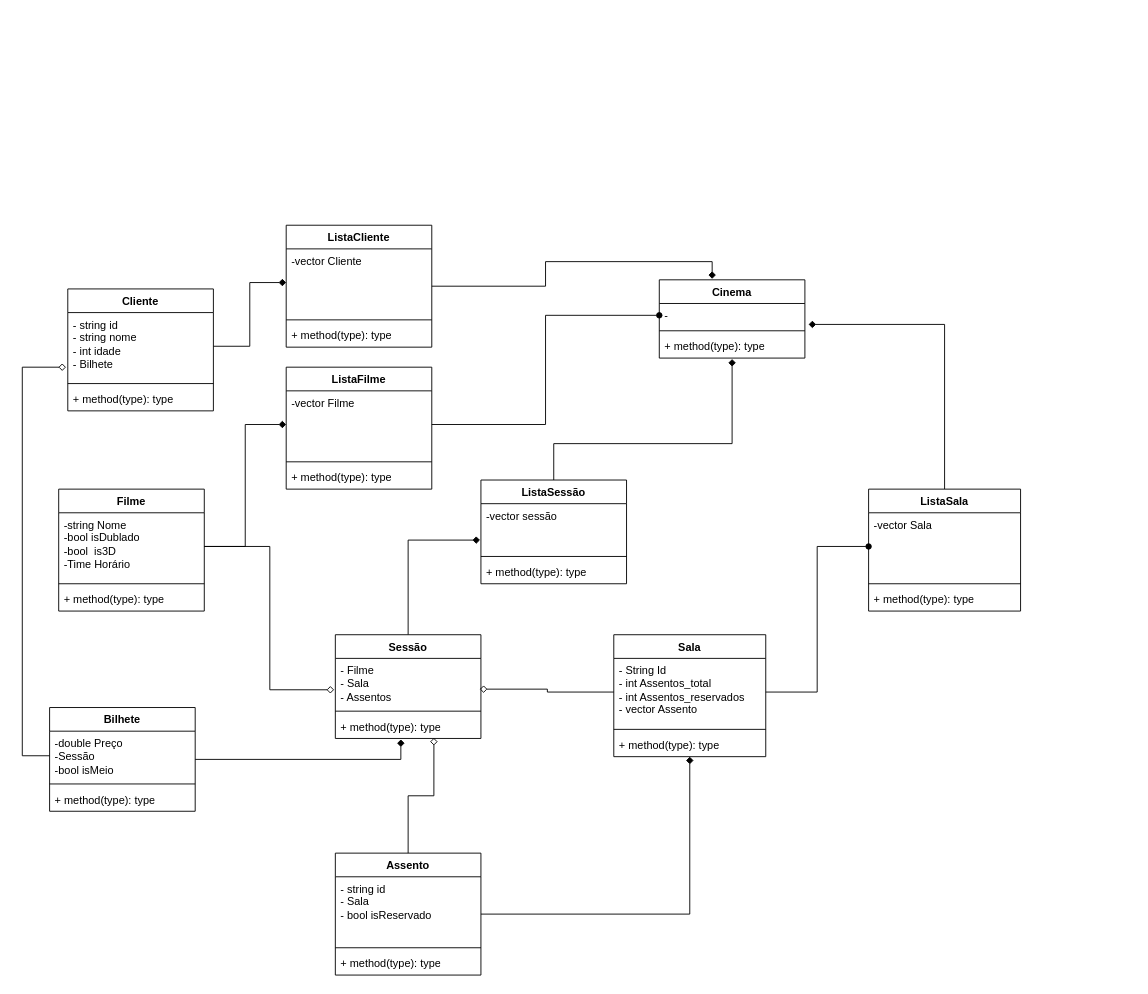
Before: Diagrama sem nome.drawio in eramoss/CineCon, a draw.io diagram. Source tidied: cells renumbered, new cells numbered last; positions are measured from the earlier drawing's top-left corner, leaving out a move shared by most shapes. Both pictures are drawn from the tidied source at 91%, with x=0, y=0 at pixel (22, 225).
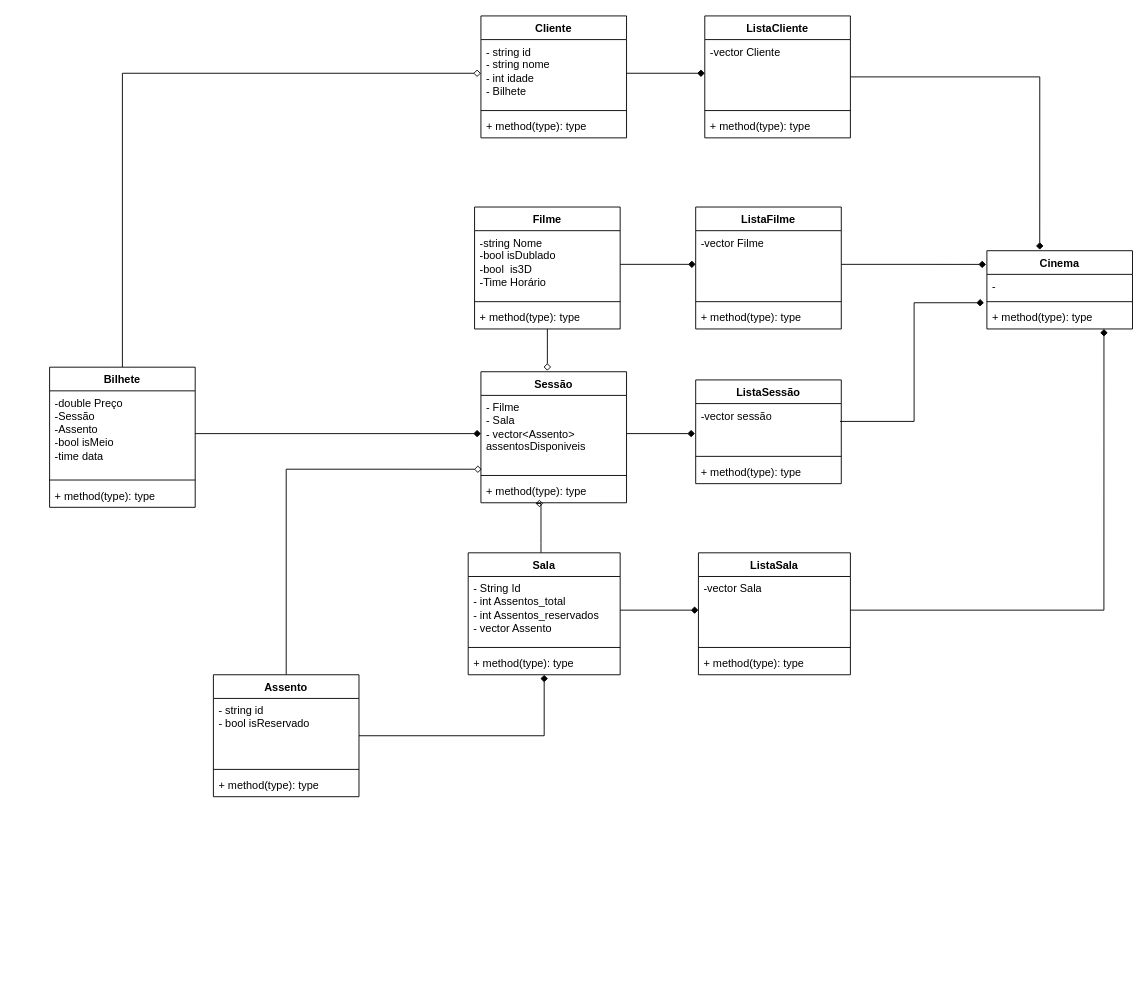
Above is the later version.

Commit message:
ajuste nos relacionamentos

Unchanged cells that the change refers to:
```xml
<mxCell id="3" value="-" style="text;strokeColor=none;fillColor=none;align=left;verticalAlign=top;spacingLeft=4;spacingRight=4;overflow=hidden;points=[[0,0.5],[1,0.5]];portConstraint=eastwest;whiteSpace=wrap;html=1;" parent="2" vertex="1">
  <mxGeometry y="26" width="160" height="26" as="geometry" />
</mxCell>
<mxCell id="5" value="+ method(type): type" style="text;strokeColor=none;fillColor=none;align=left;verticalAlign=top;spacingLeft=4;spacingRight=4;overflow=hidden;points=[[0,0.5],[1,0.5]];portConstraint=eastwest;whiteSpace=wrap;html=1;" parent="2" vertex="1">
  <mxGeometry y="60" width="160" height="26" as="geometry" />
</mxCell>
<mxCell id="12" value="&lt;div&gt;- string id&lt;/div&gt;&lt;div&gt;- string nome&lt;/div&gt;&lt;div&gt;- int idade&lt;/div&gt;&lt;div&gt;- Bilhete&lt;br&gt;&lt;/div&gt;" style="text;strokeColor=none;fillColor=none;align=left;verticalAlign=top;spacingLeft=4;spacingRight=4;overflow=hidden;points=[[0,0.5],[1,0.5]];portConstraint=eastwest;whiteSpace=wrap;html=1;" parent="11" vertex="1">
  <mxGeometry y="26" width="160" height="74" as="geometry" />
</mxCell>
<mxCell id="16" value="-string Nome&lt;br&gt;-bool isDublado&lt;br&gt;-bool&amp;nbsp; is3D&lt;br&gt;-Time Horário" style="text;strokeColor=none;fillColor=none;align=left;verticalAlign=top;spacingLeft=4;spacingRight=4;overflow=hidden;points=[[0,0.5],[1,0.5]];portConstraint=eastwest;whiteSpace=wrap;html=1;" parent="15" vertex="1">
  <mxGeometry y="26" width="160" height="74" as="geometry" />
</mxCell>
<mxCell id="30" value="&lt;div&gt;- String Id&lt;/div&gt;&lt;div&gt;- int Assentos_total&lt;/div&gt;&lt;div&gt;- int Assentos_reservados&lt;/div&gt;&lt;div&gt;- vector Assento&lt;br&gt;&lt;/div&gt;" style="text;strokeColor=none;fillColor=none;align=left;verticalAlign=top;spacingLeft=4;spacingRight=4;overflow=hidden;points=[[0,0.5],[1,0.5]];portConstraint=eastwest;whiteSpace=wrap;html=1;" parent="29" vertex="1">
  <mxGeometry y="26" width="167" height="74" as="geometry" />
</mxCell>
<mxCell id="42" value="-vector Filme" style="text;strokeColor=none;fillColor=none;align=left;verticalAlign=top;spacingLeft=4;spacingRight=4;overflow=hidden;points=[[0,0.5],[1,0.5]];portConstraint=eastwest;whiteSpace=wrap;html=1;" parent="41" vertex="1">
  <mxGeometry y="26" width="160" height="74" as="geometry" />
</mxCell>
<mxCell id="49" value="-vector Sala" style="text;strokeColor=none;fillColor=none;align=left;verticalAlign=top;spacingLeft=4;spacingRight=4;overflow=hidden;points=[[0,0.5],[1,0.5]];portConstraint=eastwest;whiteSpace=wrap;html=1;" parent="48" vertex="1">
  <mxGeometry y="26" width="167" height="74" as="geometry" />
</mxCell>
<mxCell id="57" value="-vector sessão" style="text;strokeColor=none;fillColor=none;align=left;verticalAlign=top;spacingLeft=4;spacingRight=4;overflow=hidden;points=[[0,0.5],[1,0.5]];portConstraint=eastwest;whiteSpace=wrap;html=1;" parent="56" vertex="1">
  <mxGeometry y="26" width="160" height="54" as="geometry" />
</mxCell>
```

Diff of the diagram source:
```diff
@@
     <mxCell id="2" value="Cinema" style="swimlane;fontStyle=1;align=center;verticalAlign=top;horizontal=1;startSize=26;whiteSpace=wrap;html=1;" parent="1" vertex="1">
-      <mxGeometry x="700" y="60" width="160" height="86" as="geometry" />
+      <mxGeometry x="1060" y="28" width="160" height="86" as="geometry" />
     </mxCell>
@@
-    <mxCell id="6" style="edgeStyle=orthogonalEdgeStyle;shape=connector;rounded=0;jettySize=auto;html=1;entryX=0.45;entryY=1.038;entryDx=0;entryDy=0;entryPerimeter=0;labelBackgroundColor=default;strokeColor=default;fontFamily=Helvetica;fontSize=11;fontColor=default;endArrow=diamond;endFill=1;" parent="1" edge="1" source="7" target="23">
-      <mxGeometry relative="1" as="geometry" />
-    </mxCell>
+    <mxCell id="60" style="edgeStyle=orthogonalEdgeStyle;rounded=0;jettySize=auto;html=1;entryX=0;entryY=0.5;entryDx=0;entryDy=0;endArrow=diamond;endFill=0;" parent="1" edge="1" source="7" target="12">
+      <mxGeometry relative="1" as="geometry" />
+    </mxCell>
     <mxCell id="7" value="Bilhete" style="swimlane;fontStyle=1;align=center;verticalAlign=top;horizontal=1;startSize=26;whiteSpace=wrap;html=1;" parent="1" vertex="1">
-      <mxGeometry x="30" y="530" width="160" height="114" as="geometry" />
+      <mxGeometry x="30" y="156" width="160" height="154" as="geometry" />
     </mxCell>
-    <mxCell id="8" value="-double Preço&lt;br&gt;-Sessão&lt;br&gt;-bool isMeio" style="text;strokeColor=none;fillColor=none;align=left;verticalAlign=top;spacingLeft=4;spacingRight=4;overflow=hidden;points=[[0,0.5],[1,0.5]];portConstraint=eastwest;whiteSpace=wrap;html=1;" parent="7" vertex="1">
-      <mxGeometry y="26" width="160" height="54" as="geometry" />
+    <mxCell id="8" value="-double Preço&lt;br&gt;&lt;div&gt;-Sessão&lt;/div&gt;&lt;div&gt;-Assento&lt;br&gt;&lt;/div&gt;&lt;div&gt;-bool isMeio&lt;/div&gt;&lt;div&gt;-time data&lt;br&gt;&lt;/div&gt;" style="text;strokeColor=none;fillColor=none;align=left;verticalAlign=top;spacingLeft=4;spacingRight=4;overflow=hidden;points=[[0,0.5],[1,0.5]];portConstraint=eastwest;whiteSpace=wrap;html=1;" parent="7" vertex="1">
+      <mxGeometry y="26" width="160" height="94" as="geometry" />
     </mxCell>
     <mxCell id="9" style="line;strokeWidth=1;fillColor=none;align=left;verticalAlign=middle;spacingTop=-1;spacingLeft=3;spacingRight=3;labelPosition=right;strokeColor=inherit;" parent="7" vertex="1">
-      <mxGeometry y="80" width="160" height="8" as="geometry" />
+      <mxGeometry y="120" width="160" height="8" as="geometry" />
     </mxCell>
     <mxCell id="10" value="+ method(type): type" style="text;strokeColor=none;fillColor=none;align=left;verticalAlign=top;spacingLeft=4;spacingRight=4;overflow=hidden;whiteSpace=wrap;html=1;" parent="7" vertex="1">
-      <mxGeometry y="88" width="160" height="26" as="geometry" />
+      <mxGeometry y="128" width="160" height="26" as="geometry" />
     </mxCell>
     <mxCell id="11" value="Cliente" style="swimlane;fontStyle=1;align=center;verticalAlign=top;horizontal=1;startSize=26;whiteSpace=wrap;html=1;" parent="1" vertex="1">
-      <mxGeometry x="50" y="70" width="160" height="134" as="geometry" />
+      <mxGeometry x="504" y="-230" width="160" height="134" as="geometry" />
     </mxCell>
@@
+    <mxCell id="61" style="edgeStyle=orthogonalEdgeStyle;rounded=0;jettySize=auto;html=1;endArrow=diamond;endFill=0;" parent="1" edge="1" source="15">
+      <mxGeometry relative="1" as="geometry">
+        <mxPoint x="577" y="160" as="targetPoint" />
+      </mxGeometry>
+    </mxCell>
     <mxCell id="15" value="Filme" style="swimlane;fontStyle=1;align=center;verticalAlign=top;horizontal=1;startSize=26;whiteSpace=wrap;html=1;" parent="1" vertex="1">
-      <mxGeometry x="40" y="290" width="160" height="134" as="geometry" />
+      <mxGeometry x="497" y="-20" width="160" height="134" as="geometry" />
     </mxCell>
@@
-    <mxCell id="19" style="edgeStyle=orthogonalEdgeStyle;shape=connector;rounded=0;jettySize=auto;html=1;entryX=-0.006;entryY=0.741;entryDx=0;entryDy=0;entryPerimeter=0;labelBackgroundColor=default;strokeColor=default;fontFamily=Helvetica;fontSize=11;fontColor=default;endArrow=diamond;endFill=1;" parent="1" edge="1" source="20" target="57">
-      <mxGeometry relative="1" as="geometry" />
-    </mxCell>
     <mxCell id="20" value="Sessão" style="swimlane;fontStyle=1;align=center;verticalAlign=top;horizontal=1;startSize=26;whiteSpace=wrap;html=1;" parent="1" vertex="1">
-      <mxGeometry x="344" y="450" width="160" height="114" as="geometry" />
+      <mxGeometry x="504" y="161" width="160" height="144" as="geometry" />
     </mxCell>
-    <mxCell id="21" value="- Filme&lt;br&gt;- Sala&lt;br&gt;- Assentos" style="text;strokeColor=none;fillColor=none;align=left;verticalAlign=top;spacingLeft=4;spacingRight=4;overflow=hidden;points=[[0,0.5],[1,0.5]];portConstraint=eastwest;whiteSpace=wrap;html=1;" parent="20" vertex="1">
-      <mxGeometry y="26" width="160" height="54" as="geometry" />
+    <mxCell id="21" value="- Filme&lt;br&gt;- Sala&lt;br&gt;- vector&amp;lt;Assento&amp;gt; assentosDisponiveis" style="text;strokeColor=none;fillColor=none;align=left;verticalAlign=top;spacingLeft=4;spacingRight=4;overflow=hidden;points=[[0,0.5],[1,0.5]];portConstraint=eastwest;whiteSpace=wrap;html=1;" parent="20" vertex="1">
+      <mxGeometry y="26" width="160" height="84" as="geometry" />
     </mxCell>
     <mxCell id="22" style="line;strokeWidth=1;fillColor=none;align=left;verticalAlign=middle;spacingTop=-1;spacingLeft=3;spacingRight=3;labelPosition=right;strokeColor=inherit;" parent="20" vertex="1">
-      <mxGeometry y="80" width="160" height="8" as="geometry" />
+      <mxGeometry y="110" width="160" height="8" as="geometry" />
     </mxCell>
     <mxCell id="23" value="+ method(type): type" style="text;strokeColor=none;fillColor=none;align=left;verticalAlign=top;spacingLeft=4;spacingRight=4;overflow=hidden;points=[[0,0.5],[1,0.5]];portConstraint=eastwest;whiteSpace=wrap;html=1;" parent="20" vertex="1">
-      <mxGeometry y="88" width="160" height="26" as="geometry" />
+      <mxGeometry y="118" width="160" height="26" as="geometry" />
     </mxCell>
@@
+    <mxCell id="62" style="edgeStyle=orthogonalEdgeStyle;rounded=0;jettySize=auto;html=1;entryX=0.005;entryY=0.966;entryDx=0;entryDy=0;entryPerimeter=0;endArrow=diamond;endFill=0;" parent="1" edge="1" source="25" target="21">
+      <mxGeometry relative="1" as="geometry" />
+    </mxCell>
     <mxCell id="25" value="Assento" style="swimlane;fontStyle=1;align=center;verticalAlign=top;horizontal=1;startSize=26;whiteSpace=wrap;html=1;" parent="1" vertex="1">
-      <mxGeometry x="344" y="690" width="160" height="134" as="geometry" />
+      <mxGeometry x="210" y="494" width="160" height="134" as="geometry" />
     </mxCell>
-    <mxCell id="26" value="&lt;div&gt;- string id&lt;/div&gt;&lt;div&gt;- Sala&lt;br&gt;&lt;/div&gt;&lt;div&gt;- bool isReservado&lt;br&gt;&lt;/div&gt;" style="text;strokeColor=none;fillColor=none;align=left;verticalAlign=top;spacingLeft=4;spacingRight=4;overflow=hidden;whiteSpace=wrap;html=1;" parent="25" vertex="1">
+    <mxCell id="26" value="&lt;div&gt;- string id&lt;/div&gt;&lt;div&gt;- bool isReservado&lt;br&gt;&lt;/div&gt;" style="text;strokeColor=none;fillColor=none;align=left;verticalAlign=top;spacingLeft=4;spacingRight=4;overflow=hidden;whiteSpace=wrap;html=1;" parent="25" vertex="1">
       <mxGeometry y="26" width="160" height="74" as="geometry" />
     </mxCell>
@@
+    <mxCell id="63" style="edgeStyle=orthogonalEdgeStyle;rounded=0;jettySize=auto;html=1;entryX=0.428;entryY=1.032;entryDx=0;entryDy=0;entryPerimeter=0;endArrow=diamond;endFill=0;" parent="1" edge="1" source="29" target="23">
+      <mxGeometry relative="1" as="geometry">
+        <Array as="points">
+          <mxPoint x="570" y="350" />
+          <mxPoint x="570" y="350" />
+        </Array>
+      </mxGeometry>
+    </mxCell>
     <mxCell id="29" value="Sala" style="swimlane;fontStyle=1;align=center;verticalAlign=top;horizontal=1;startSize=26;whiteSpace=wrap;html=1;" parent="1" vertex="1">
-      <mxGeometry x="650" y="450" width="167" height="134" as="geometry" />
+      <mxGeometry x="490" y="360" width="167" height="134" as="geometry" />
     </mxCell>
@@
-    <mxCell id="33" style="edgeStyle=orthogonalEdgeStyle;shape=connector;rounded=0;jettySize=auto;html=1;entryX=-0.008;entryY=0.639;entryDx=0;entryDy=0;entryPerimeter=0;labelBackgroundColor=default;strokeColor=default;fontFamily=Helvetica;fontSize=11;fontColor=default;endArrow=diamond;endFill=0;" parent="1" edge="1" source="16" target="21">
-      <mxGeometry relative="1" as="geometry" />
-    </mxCell>
-    <mxCell id="34" style="edgeStyle=orthogonalEdgeStyle;shape=connector;rounded=0;jettySize=auto;html=1;entryX=0.992;entryY=0.626;entryDx=0;entryDy=0;entryPerimeter=0;labelBackgroundColor=default;strokeColor=default;fontFamily=Helvetica;fontSize=11;fontColor=default;endArrow=diamond;endFill=0;" parent="1" edge="1" source="30" target="21">
-      <mxGeometry relative="1" as="geometry" />
-    </mxCell>
-    <mxCell id="35" style="edgeStyle=orthogonalEdgeStyle;shape=connector;rounded=0;jettySize=auto;html=1;entryX=0.677;entryY=0.974;entryDx=0;entryDy=0;entryPerimeter=0;labelBackgroundColor=default;strokeColor=default;fontFamily=Helvetica;fontSize=11;fontColor=default;endArrow=diamond;endFill=0;exitX=0.5;exitY=0;exitDx=0;exitDy=0;" parent="1" edge="1" source="25" target="23">
-      <mxGeometry relative="1" as="geometry" />
-    </mxCell>
@@
     <mxCell id="37" value="ListaCliente" style="swimlane;fontStyle=1;align=center;verticalAlign=top;horizontal=1;startSize=26;whiteSpace=wrap;html=1;" parent="1" vertex="1">
-      <mxGeometry x="290" width="160" height="134" as="geometry" />
+      <mxGeometry x="750" y="-230" width="160" height="134" as="geometry" />
     </mxCell>
@@
     <mxCell id="41" value="ListaFilme" style="swimlane;fontStyle=1;align=center;verticalAlign=top;horizontal=1;startSize=26;whiteSpace=wrap;html=1;" parent="1" vertex="1">
-      <mxGeometry x="290" y="156" width="160" height="134" as="geometry" />
+      <mxGeometry x="740" y="-20" width="160" height="134" as="geometry" />
     </mxCell>
@@
-    <mxCell id="45" style="edgeStyle=orthogonalEdgeStyle;shape=connector;rounded=0;jettySize=auto;html=1;entryX=-0.012;entryY=0.811;entryDx=0;entryDy=0;entryPerimeter=0;labelBackgroundColor=default;strokeColor=default;fontFamily=Helvetica;fontSize=11;fontColor=default;endArrow=diamond;endFill=0;" parent="1" edge="1" source="8" target="12">
-      <mxGeometry relative="1" as="geometry">
-        <Array as="points">
-          <mxPoint y="583" />
-          <mxPoint y="156" />
-        </Array>
-      </mxGeometry>
-    </mxCell>
@@
-    <mxCell id="47" style="edgeStyle=orthogonalEdgeStyle;shape=connector;rounded=0;jettySize=auto;html=1;entryX=1.025;entryY=0.885;entryDx=0;entryDy=0;entryPerimeter=0;labelBackgroundColor=default;strokeColor=default;fontFamily=Helvetica;fontSize=11;fontColor=default;endArrow=diamond;endFill=1;" parent="1" edge="1" source="48" target="3">
-      <mxGeometry relative="1" as="geometry" />
-    </mxCell>
     <mxCell id="48" value="ListaSala" style="swimlane;fontStyle=1;align=center;verticalAlign=top;horizontal=1;startSize=26;whiteSpace=wrap;html=1;" parent="1" vertex="1">
-      <mxGeometry x="930" y="290" width="167" height="134" as="geometry" />
+      <mxGeometry x="743" y="360" width="167" height="134" as="geometry" />
     </mxCell>
@@
-    <mxCell id="52" style="edgeStyle=orthogonalEdgeStyle;shape=connector;rounded=0;jettySize=auto;html=1;labelBackgroundColor=default;strokeColor=default;fontFamily=Helvetica;fontSize=11;fontColor=default;endArrow=oval;endFill=1;" parent="1" edge="1" source="30" target="49">
+    <mxCell id="52" style="edgeStyle=orthogonalEdgeStyle;shape=connector;rounded=0;jettySize=auto;html=1;labelBackgroundColor=default;strokeColor=default;fontFamily=Helvetica;fontSize=11;fontColor=default;endArrow=diamond;endFill=1;" parent="1" edge="1" source="30" target="49">
       <mxGeometry relative="1" as="geometry" />
     </mxCell>
@@
-    <mxCell id="54" style="edgeStyle=orthogonalEdgeStyle;shape=connector;rounded=0;jettySize=auto;html=1;labelBackgroundColor=default;strokeColor=default;fontFamily=Helvetica;fontSize=11;fontColor=default;endArrow=oval;endFill=1;" parent="1" edge="1" source="42" target="3">
-      <mxGeometry relative="1" as="geometry" />
-    </mxCell>
-    <mxCell id="55" style="edgeStyle=orthogonalEdgeStyle;shape=connector;rounded=0;jettySize=auto;html=1;labelBackgroundColor=default;strokeColor=default;fontFamily=Helvetica;fontSize=11;fontColor=default;endArrow=diamond;entryX=0.5;entryY=1.038;entryDx=0;entryDy=0;entryPerimeter=0;endFill=1;" parent="1" edge="1" source="56" target="5">
-      <mxGeometry relative="1" as="geometry">
-        <Array as="points">
-          <mxPoint x="584" y="240" />
-          <mxPoint x="780" y="240" />
-        </Array>
-      </mxGeometry>
-    </mxCell>
+    <mxCell id="64" style="edgeStyle=orthogonalEdgeStyle;rounded=0;jettySize=auto;html=1;entryX=-0.02;entryY=-0.108;entryDx=0;entryDy=0;entryPerimeter=0;exitX=0.991;exitY=0.363;exitDx=0;exitDy=0;exitPerimeter=0;endArrow=diamond;endFill=1;" parent="1" edge="1" source="57" target="5">
+      <mxGeometry relative="1" as="geometry" />
+    </mxCell>
     <mxCell id="56" value="ListaSessão" style="swimlane;fontStyle=1;align=center;verticalAlign=top;horizontal=1;startSize=26;whiteSpace=wrap;html=1;" parent="1" vertex="1">
-      <mxGeometry x="504" y="280" width="160" height="114" as="geometry" />
+      <mxGeometry x="740" y="170" width="160" height="114" as="geometry" />
     </mxCell>
@@
+    <mxCell id="65" style="edgeStyle=orthogonalEdgeStyle;rounded=0;jettySize=auto;html=1;entryX=0;entryY=0.5;entryDx=0;entryDy=0;endArrow=diamond;endFill=1;" parent="1" edge="1" source="8" target="21">
+      <mxGeometry relative="1" as="geometry" />
+    </mxCell>
+    <mxCell id="66" style="edgeStyle=orthogonalEdgeStyle;rounded=0;jettySize=auto;html=1;entryX=0.804;entryY=1;entryDx=0;entryDy=0;endArrow=diamond;endFill=1;entryPerimeter=0;" parent="1" edge="1" source="49" target="5">
+      <mxGeometry relative="1" as="geometry" />
+    </mxCell>
+    <mxCell id="67" style="edgeStyle=orthogonalEdgeStyle;rounded=0;jettySize=auto;html=1;entryX=-0.006;entryY=0.175;entryDx=0;entryDy=0;entryPerimeter=0;endArrow=diamond;endFill=1;" parent="1" edge="1" source="42" target="2">
+      <mxGeometry relative="1" as="geometry" />
+    </mxCell>
+    <mxCell id="68" style="edgeStyle=orthogonalEdgeStyle;rounded=0;jettySize=auto;html=1;entryX=-0.005;entryY=0.611;entryDx=0;entryDy=0;entryPerimeter=0;endArrow=diamond;endFill=1;" parent="1" edge="1" source="21" target="57">
+      <mxGeometry relative="1" as="geometry" />
+    </mxCell>
```
